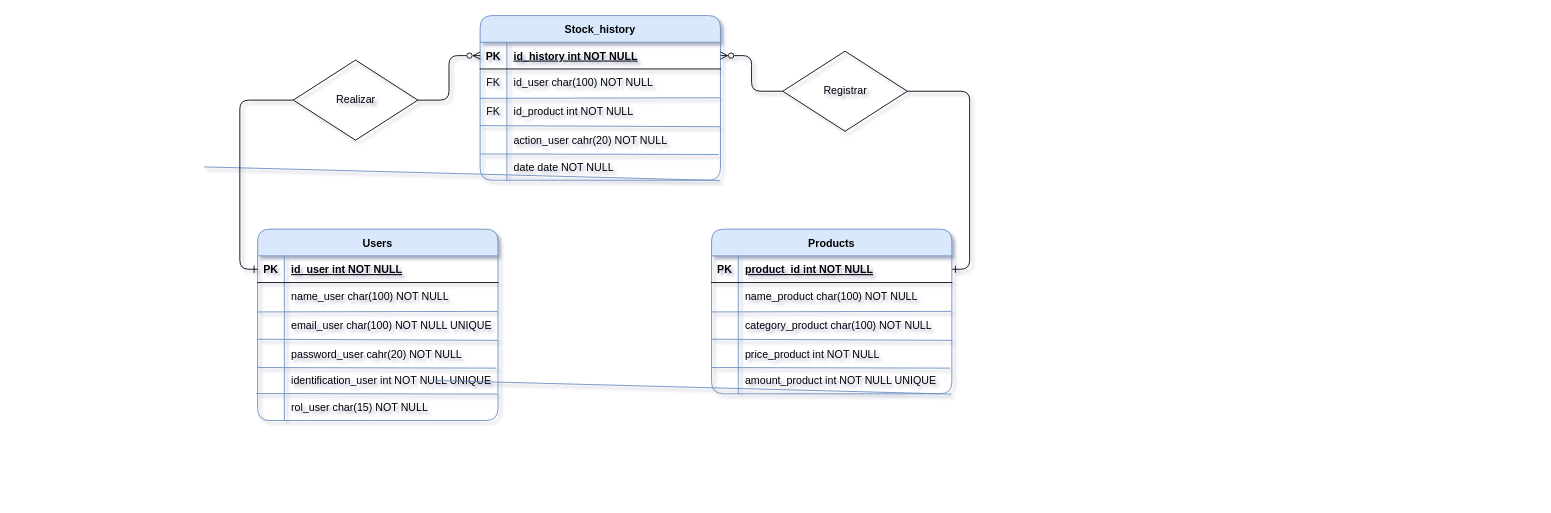
Earlier version of the draw.io diagram StockMaster.drawio (KatherinTatianaGarciaLoaiza/Parcial1Desarrollo). Source tidied: cells renumbered, new cells numbered last; positions are measured from the earlier drawing's top-left corner, leaving out a move shared by most shapes. Both pictures are drawn from the tidied source at 89%, with x=0, y=0 at pixel (204, 15).
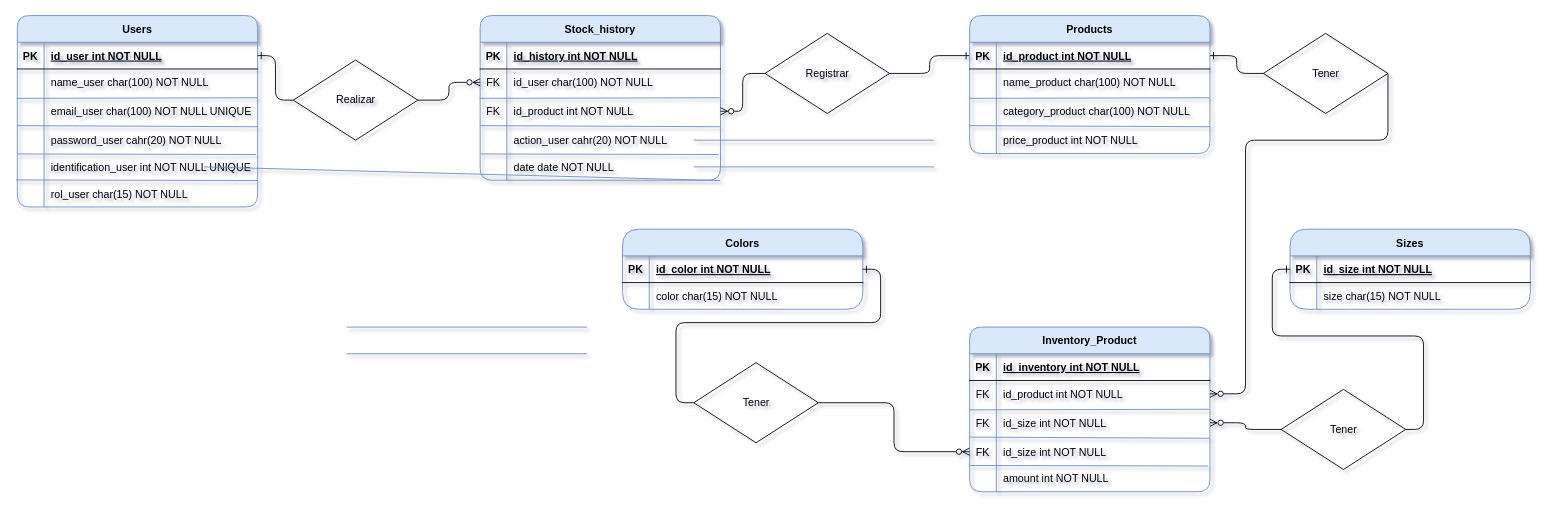
The same page after the edit.

Unchanged cells that the change refers to:
```xml
<mxCell id="26" style="shape=partialRectangle;fillColor=none;points=[[0,0.5],[1,0.5]];portConstraint=eastwest;top=0;left=0;right=0;bottom=1;rounded=1;" parent="25" vertex="1">
  <mxGeometry y="30" width="270" height="30" as="geometry" />
</mxCell>
<mxCell id="29" style="shape=partialRectangle;fillColor=none;points=[[0,0.5],[1,0.5]];portConstraint=eastwest;top=0;left=0;right=0;bottom=0;rounded=1;" parent="25" vertex="1">
  <mxGeometry y="60" width="270" height="30" as="geometry" />
</mxCell>
<mxCell id="32" style="shape=partialRectangle;fillColor=none;points=[[0,0.5],[1,0.5]];portConstraint=eastwest;top=0;left=0;right=0;bottom=0;rounded=1;" parent="25" vertex="1">
  <mxGeometry y="90" width="270" height="35" as="geometry" />
</mxCell>
<mxCell id="46" style="rhombus;whiteSpace=wrap;html=1;align=center;verticalAlign=top;fontFamily=Helvetica;fontSize=12;fontColor=default;fillColor=none;gradientColor=none;" parent="45" vertex="1">
  <mxGeometry width="140" height="90" as="geometry" />
</mxCell>
<mxCell id="51" style="shape=partialRectangle;fillColor=none;points=[[0,0.5],[1,0.5]];portConstraint=eastwest;top=0;left=0;right=0;bottom=1;rounded=1;" parent="50" vertex="1">
  <mxGeometry y="30" width="270" height="30" as="geometry" />
</mxCell>
<mxCell id="72" style="rhombus;whiteSpace=wrap;html=1;align=center;verticalAlign=top;fontFamily=Helvetica;fontSize=12;fontColor=default;fillColor=none;gradientColor=none;" parent="71" vertex="1">
  <mxGeometry width="140" height="90" as="geometry" />
</mxCell>
```

What changed in the source:
```diff
@@
     <mxCell id="2" value="Users" style="shape=table;startSize=30;childLayout=tableLayout;rowLines=0;fontStyle=1;align=center;fillColor=#dae8fc;strokeColor=#6c8ebf;rounded=1;verticalAlign=middle;" parent="1" vertex="1">
-      <mxGeometry x="60" y="240" width="270" height="215" as="geometry" />
+      <mxGeometry x="-210" width="270" height="215" as="geometry" />
     </mxCell>
@@
-    <mxCell id="49" style="edgeStyle=orthogonalEdgeStyle;rounded=1;jettySize=auto;html=1;entryX=1;entryY=0.5;entryDx=0;entryDy=0;fontFamily=Helvetica;fontSize=12;fontColor=default;exitX=1;exitY=0.5;exitDx=0;exitDy=0;startArrow=ERone;startFill=0;endArrow=none;endFill=0;" parent="1" edge="1" source="51" target="72">
+    <mxCell id="49" style="edgeStyle=orthogonalEdgeStyle;rounded=1;jettySize=auto;html=1;entryX=1;entryY=0.5;entryDx=0;entryDy=0;fontFamily=Helvetica;fontSize=12;fontColor=default;exitX=0;exitY=0.5;exitDx=0;exitDy=0;startArrow=ERone;startFill=0;endArrow=none;endFill=0;" parent="1" edge="1" source="51" target="72">
       <mxGeometry relative="1" as="geometry" />
     </mxCell>
     <mxCell id="50" value="Products" style="shape=table;startSize=30;childLayout=tableLayout;rowLines=0;fontStyle=1;align=center;fillColor=#dae8fc;strokeColor=#6c8ebf;rounded=1;verticalAlign=middle;" parent="1" vertex="1">
-      <mxGeometry x="570" y="240" width="270" height="185" as="geometry" />
+      <mxGeometry x="860" width="270" height="155" as="geometry" />
     </mxCell>
@@
-    <mxCell id="53" value="product_id int NOT NULL " style="shape=partialRectangle;overflow=hidden;fillColor=none;top=0;left=0;bottom=0;right=0;align=left;spacingLeft=6;fontStyle=5;rounded=1;" parent="51" vertex="1">
+    <mxCell id="53" value="id_product int NOT NULL " style="shape=partialRectangle;overflow=hidden;fillColor=none;top=0;left=0;bottom=0;right=0;align=left;spacingLeft=6;fontStyle=5;rounded=1;" parent="51" vertex="1">
       <mxGeometry x="30" width="240" height="30" as="geometry" />
     </mxCell>
@@
-    <mxCell id="63" style="shape=partialRectangle;fillColor=none;points=[[0,0.5],[1,0.5]];portConstraint=eastwest;top=0;left=0;right=0;bottom=0;rounded=1;" parent="50" vertex="1">
-      <mxGeometry y="155" width="270" height="30" as="geometry" />
-    </mxCell>
-    <mxCell id="64" style="shape=partialRectangle;overflow=hidden;fillColor=none;top=0;left=0;bottom=0;right=0;rounded=1;" parent="63" vertex="1">
-      <mxGeometry width="30" height="30" as="geometry" />
-    </mxCell>
-    <mxCell id="65" value="amount_product int NOT NULL UNIQUE" style="shape=partialRectangle;overflow=hidden;fillColor=none;top=0;left=0;bottom=0;right=0;align=left;spacingLeft=6;rounded=1;" parent="63" vertex="1">
-      <mxGeometry x="30" width="240" height="30" as="geometry" />
-    </mxCell>
@@
-    <mxCell id="68" style="endArrow=none;html=1;rounded=1;fillColor=#dae8fc;strokeColor=#6c8ebf;exitX=0.001;exitY=0.016;exitDx=0;exitDy=0;exitPerimeter=0;entryX=0.993;entryY=0.037;entryDx=0;entryDy=0;entryPerimeter=0;" parent="50" edge="1" source="63" target="63">
-      <mxGeometry relative="1" as="geometry" />
+    <mxCell id="68" style="endArrow=none;html=1;rounded=1;fillColor=#dae8fc;strokeColor=#6c8ebf;exitX=0.001;exitY=0.016;exitDx=0;exitDy=0;exitPerimeter=0;entryX=0.993;entryY=0.037;entryDx=0;entryDy=0;entryPerimeter=0;" parent="50" edge="1">
+      <mxGeometry relative="1" as="geometry">
+        <mxPoint x="-310" y="140" as="sourcePoint" />
+        <mxPoint x="-40" y="140" as="targetPoint" />
+      </mxGeometry>
     </mxCell>
-    <mxCell id="69" style="endArrow=none;html=1;rounded=1;fillColor=#dae8fc;strokeColor=#6c8ebf;exitX=-0.006;exitY=-0.011;exitDx=0;exitDy=0;exitPerimeter=0;entryX=0.998;entryY=1.011;entryDx=0;entryDy=0;entryPerimeter=0;" parent="50" edge="1" target="63">
+    <mxCell id="69" style="endArrow=none;html=1;rounded=1;fillColor=#dae8fc;strokeColor=#6c8ebf;exitX=-0.006;exitY=-0.011;exitDx=0;exitDy=0;exitPerimeter=0;entryX=0.998;entryY=1.011;entryDx=0;entryDy=0;entryPerimeter=0;" parent="50" edge="1">
       <mxGeometry relative="1" as="geometry">
         <mxPoint x="-310" y="170" as="sourcePoint" />
+        <mxPoint x="-40" y="170" as="targetPoint" />
       </mxGeometry>
     </mxCell>
-    <mxCell id="70" style="edgeStyle=orthogonalEdgeStyle;rounded=1;jettySize=auto;html=1;exitX=1;exitY=0.5;exitDx=0;exitDy=0;entryX=0;entryY=0.5;entryDx=0;entryDy=0;fontFamily=Helvetica;fontSize=12;fontColor=default;endArrow=ERzeroToMany;endFill=0;" parent="1" edge="1" source="46" target="26">
+    <mxCell id="70" style="edgeStyle=orthogonalEdgeStyle;rounded=1;jettySize=auto;html=1;exitX=1;exitY=0.5;exitDx=0;exitDy=0;entryX=0;entryY=0.5;entryDx=0;entryDy=0;fontFamily=Helvetica;fontSize=12;fontColor=default;endArrow=ERzeroToMany;endFill=0;" parent="1" edge="1" source="46" target="29">
       <mxGeometry relative="1" as="geometry" />
     </mxCell>
     <mxCell id="71" style="group;" parent="1" vertex="1">
-      <mxGeometry x="650" y="40" width="140" height="90" as="geometry" />
+      <mxGeometry x="630" y="20" width="140" height="90" as="geometry" />
     </mxCell>
@@
-    <mxCell id="74" style="edgeStyle=orthogonalEdgeStyle;rounded=1;jettySize=auto;html=1;exitX=0;exitY=0.5;exitDx=0;exitDy=0;entryX=1;entryY=0.5;entryDx=0;entryDy=0;fontFamily=Helvetica;fontSize=12;fontColor=default;endArrow=ERzeroToMany;endFill=0;" parent="1" edge="1" source="72" target="26">
+    <mxCell id="74" style="edgeStyle=orthogonalEdgeStyle;rounded=1;jettySize=auto;html=1;exitX=0;exitY=0.5;exitDx=0;exitDy=0;entryX=1;entryY=0.5;entryDx=0;entryDy=0;fontFamily=Helvetica;fontSize=12;fontColor=default;endArrow=ERzeroToMany;endFill=0;" parent="1" edge="1" source="72" target="32">
       <mxGeometry relative="1" as="geometry" />
     </mxCell>
+    <mxCell id="75" value="Colors" style="shape=table;startSize=30;childLayout=tableLayout;rowLines=0;fontStyle=1;align=center;fillColor=#dae8fc;strokeColor=#6c8ebf;rounded=1;verticalAlign=middle;arcSize=21;" parent="1" vertex="1">
+      <mxGeometry x="470" y="240" width="270" height="90" as="geometry" />
+    </mxCell>
+    <mxCell id="76" style="shape=partialRectangle;fillColor=none;points=[[0,0.5],[1,0.5]];portConstraint=eastwest;top=0;left=0;right=0;bottom=1;rounded=1;" parent="75" vertex="1">
+      <mxGeometry y="30" width="270" height="30" as="geometry" />
+    </mxCell>
+    <mxCell id="77" value="PK" style="shape=partialRectangle;overflow=hidden;fillColor=none;top=0;left=0;bottom=0;right=0;fontStyle=1;rounded=1;" parent="76" vertex="1">
+      <mxGeometry width="30" height="30" as="geometry" />
+    </mxCell>
+    <mxCell id="78" value="id_color int NOT NULL " style="shape=partialRectangle;overflow=hidden;fillColor=none;top=0;left=0;bottom=0;right=0;align=left;spacingLeft=6;fontStyle=5;rounded=1;" parent="76" vertex="1">
+      <mxGeometry x="30" width="240" height="30" as="geometry" />
+    </mxCell>
+    <mxCell id="79" style="shape=partialRectangle;fillColor=none;top=0;left=0;right=0;bottom=0;rounded=1;" parent="75" vertex="1">
+      <mxGeometry y="60" width="270" height="30" as="geometry" />
+    </mxCell>
+    <mxCell id="80" style="shape=partialRectangle;overflow=hidden;fillColor=none;top=0;left=0;bottom=0;right=0;rounded=1;" parent="79" vertex="1">
+      <mxGeometry width="30" height="30" as="geometry" />
+    </mxCell>
+    <mxCell id="81" value="color char(15) NOT NULL" style="shape=partialRectangle;overflow=hidden;fillColor=none;top=0;left=0;bottom=0;right=0;align=left;spacingLeft=6;rounded=1;" parent="79" vertex="1">
+      <mxGeometry x="30" width="240" height="30" as="geometry" />
+    </mxCell>
+    <mxCell id="82" style="endArrow=none;html=1;rounded=1;fillColor=#dae8fc;strokeColor=#6c8ebf;exitX=-0.002;exitY=-0.045;exitDx=0;exitDy=0;exitPerimeter=0;entryX=1;entryY=-0.003;entryDx=0;entryDy=0;entryPerimeter=0;" parent="75" edge="1">
+      <mxGeometry relative="1" as="geometry">
+        <mxPoint x="-310" y="110" as="sourcePoint" />
+        <mxPoint x="-40" y="110" as="targetPoint" />
+      </mxGeometry>
+    </mxCell>
+    <mxCell id="83" style="endArrow=none;html=1;rounded=1;fillColor=#dae8fc;strokeColor=#6c8ebf;exitX=0.001;exitY=0.016;exitDx=0;exitDy=0;exitPerimeter=0;entryX=0.993;entryY=0.037;entryDx=0;entryDy=0;entryPerimeter=0;" parent="75" edge="1">
+      <mxGeometry relative="1" as="geometry">
+        <mxPoint x="-310" y="140" as="sourcePoint" />
+        <mxPoint x="-40" y="140" as="targetPoint" />
+      </mxGeometry>
+    </mxCell>
+    <mxCell id="84" value="Inventory_Product" style="shape=table;startSize=30;childLayout=tableLayout;rowLines=0;fontStyle=1;align=center;fillColor=#dae8fc;strokeColor=#6c8ebf;rounded=1;verticalAlign=middle;" parent="1" vertex="1">
+      <mxGeometry x="860" y="350" width="270" height="185" as="geometry" />
+    </mxCell>
+    <mxCell id="85" style="shape=partialRectangle;fillColor=none;top=0;left=0;right=0;bottom=1;rounded=1;" parent="84" vertex="1">
+      <mxGeometry y="30" width="270" height="30" as="geometry" />
+    </mxCell>
+    <mxCell id="86" value="PK" style="shape=partialRectangle;overflow=hidden;fillColor=none;top=0;left=0;bottom=0;right=0;fontStyle=1;rounded=1;" parent="85" vertex="1">
+      <mxGeometry width="30" height="30" as="geometry" />
+    </mxCell>
+    <mxCell id="87" value="id_inventory int NOT NULL " style="shape=partialRectangle;overflow=hidden;fillColor=none;top=0;left=0;bottom=0;right=0;align=left;spacingLeft=6;fontStyle=5;rounded=1;" parent="85" vertex="1">
+      <mxGeometry x="30" width="240" height="30" as="geometry" />
+    </mxCell>
+    <mxCell id="88" style="shape=partialRectangle;fillColor=none;points=[[0,0.5],[1,0.5]];portConstraint=eastwest;top=0;left=0;right=0;bottom=0;rounded=1;" parent="84" vertex="1">
+      <mxGeometry y="60" width="270" height="30" as="geometry" />
+    </mxCell>
+    <mxCell id="89" value="FK" style="shape=partialRectangle;overflow=hidden;fillColor=none;top=0;left=0;bottom=0;right=0;rounded=1;" parent="88" vertex="1">
+      <mxGeometry width="30" height="30" as="geometry" />
+    </mxCell>
+    <mxCell id="90" value="id_product int NOT NULL" style="shape=partialRectangle;overflow=hidden;fillColor=none;top=0;left=0;bottom=0;right=0;align=left;spacingLeft=6;rounded=1;" parent="88" vertex="1">
+      <mxGeometry x="30" width="240" height="30" as="geometry" />
+    </mxCell>
+    <mxCell id="91" style="shape=partialRectangle;fillColor=none;points=[[0,0.5],[1,0.5]];portConstraint=eastwest;top=0;left=0;right=0;bottom=0;rounded=1;" parent="84" vertex="1">
+      <mxGeometry y="90" width="270" height="35" as="geometry" />
+    </mxCell>
+    <mxCell id="92" value="FK" style="shape=partialRectangle;overflow=hidden;fillColor=none;top=0;left=0;bottom=0;right=0;rounded=1;" parent="91" vertex="1">
+      <mxGeometry width="30" height="35" as="geometry" />
+    </mxCell>
+    <mxCell id="93" value="id_size int NOT NULL " style="shape=partialRectangle;overflow=hidden;fillColor=none;top=0;left=0;bottom=0;right=0;align=left;spacingLeft=6;rounded=1;" parent="91" vertex="1">
+      <mxGeometry x="30" width="240" height="35" as="geometry" />
+    </mxCell>
+    <mxCell id="94" style="shape=partialRectangle;fillColor=none;points=[[0,0.5],[1,0.5]];portConstraint=eastwest;top=0;left=0;right=0;bottom=0;rounded=1;" parent="84" vertex="1">
+      <mxGeometry y="125" width="270" height="30" as="geometry" />
+    </mxCell>
+    <mxCell id="95" value="FK" style="shape=partialRectangle;overflow=hidden;fillColor=none;top=0;left=0;bottom=0;right=0;rounded=1;" parent="94" vertex="1">
+      <mxGeometry width="30" height="30" as="geometry" />
+    </mxCell>
+    <mxCell id="96" value="id_size int NOT NULL" style="shape=partialRectangle;overflow=hidden;fillColor=none;top=0;left=0;bottom=0;right=0;align=left;spacingLeft=6;rounded=1;" parent="94" vertex="1">
+      <mxGeometry x="30" width="240" height="30" as="geometry" />
+    </mxCell>
+    <mxCell id="63" style="shape=partialRectangle;fillColor=none;points=[[0,0.5],[1,0.5]];portConstraint=eastwest;top=0;left=0;right=0;bottom=0;rounded=1;" parent="84" vertex="1">
+      <mxGeometry y="155" width="270" height="30" as="geometry" />
+    </mxCell>
+    <mxCell id="97" style="shape=partialRectangle;overflow=hidden;fillColor=none;top=0;left=0;bottom=0;right=0;rounded=1;" parent="63" vertex="1">
+      <mxGeometry width="30" height="30" as="geometry" />
+    </mxCell>
+    <mxCell id="98" value="amount int NOT NULL " style="shape=partialRectangle;overflow=hidden;fillColor=none;top=0;left=0;bottom=0;right=0;align=left;spacingLeft=6;rounded=1;" parent="63" vertex="1">
+      <mxGeometry x="30" width="240" height="30" as="geometry" />
+    </mxCell>
+    <mxCell id="99" style="endArrow=none;html=1;rounded=1;entryX=0.997;entryY=1.078;entryDx=0;entryDy=0;entryPerimeter=0;exitX=-0.003;exitY=1.1;exitDx=0;exitDy=0;exitPerimeter=0;fillColor=#dae8fc;strokeColor=#6c8ebf;" parent="84" edge="1" source="88" target="88">
+      <mxGeometry relative="1" as="geometry" />
+    </mxCell>
+    <mxCell id="100" style="endArrow=none;html=1;rounded=1;fillColor=#dae8fc;strokeColor=#6c8ebf;exitX=-0.002;exitY=-0.045;exitDx=0;exitDy=0;exitPerimeter=0;entryX=1;entryY=-0.003;entryDx=0;entryDy=0;entryPerimeter=0;" parent="84" edge="1" source="94" target="94">
+      <mxGeometry relative="1" as="geometry" />
+    </mxCell>
+    <mxCell id="101" style="endArrow=none;html=1;rounded=1;fillColor=#dae8fc;strokeColor=#6c8ebf;exitX=0.001;exitY=0.016;exitDx=0;exitDy=0;exitPerimeter=0;entryX=0.993;entryY=0.037;entryDx=0;entryDy=0;entryPerimeter=0;" parent="84" edge="1" source="63" target="63">
+      <mxGeometry relative="1" as="geometry" />
+    </mxCell>
+    <mxCell id="102" value="Sizes" style="shape=table;startSize=30;childLayout=tableLayout;rowLines=0;fontStyle=1;align=center;fillColor=#dae8fc;strokeColor=#6c8ebf;rounded=1;verticalAlign=middle;arcSize=21;" parent="1" vertex="1">
+      <mxGeometry x="1220" y="240" width="270" height="90" as="geometry" />
+    </mxCell>
+    <mxCell id="103" style="shape=partialRectangle;fillColor=none;points=[[0,0.5],[1,0.5]];portConstraint=eastwest;top=0;left=0;right=0;bottom=1;rounded=1;" parent="102" vertex="1">
+      <mxGeometry y="30" width="270" height="30" as="geometry" />
+    </mxCell>
+    <mxCell id="104" value="PK" style="shape=partialRectangle;overflow=hidden;fillColor=none;top=0;left=0;bottom=0;right=0;fontStyle=1;rounded=1;" parent="103" vertex="1">
+      <mxGeometry width="30" height="30" as="geometry" />
+    </mxCell>
+    <mxCell id="105" value="id_size int NOT NULL " style="shape=partialRectangle;overflow=hidden;fillColor=none;top=0;left=0;bottom=0;right=0;align=left;spacingLeft=6;fontStyle=5;rounded=1;" parent="103" vertex="1">
+      <mxGeometry x="30" width="240" height="30" as="geometry" />
+    </mxCell>
+    <mxCell id="106" style="shape=partialRectangle;fillColor=none;top=0;left=0;right=0;bottom=0;rounded=1;" parent="102" vertex="1">
+      <mxGeometry y="60" width="270" height="30" as="geometry" />
+    </mxCell>
+    <mxCell id="107" style="shape=partialRectangle;overflow=hidden;fillColor=none;top=0;left=0;bottom=0;right=0;rounded=1;" parent="106" vertex="1">
+      <mxGeometry width="30" height="30" as="geometry" />
+    </mxCell>
+    <mxCell id="108" value="size char(15) NOT NULL" style="shape=partialRectangle;overflow=hidden;fillColor=none;top=0;left=0;bottom=0;right=0;align=left;spacingLeft=6;rounded=1;" parent="106" vertex="1">
+      <mxGeometry x="30" width="240" height="30" as="geometry" />
+    </mxCell>
+    <mxCell id="109" style="edgeStyle=orthogonalEdgeStyle;rounded=1;jettySize=auto;html=1;fontFamily=Helvetica;fontSize=12;fontColor=default;entryX=1;entryY=0.5;entryDx=0;entryDy=0;startArrow=ERzeroToMany;startFill=0;endArrow=none;endFill=0;" parent="1" edge="1" target="111">
+      <mxGeometry relative="1" as="geometry">
+        <mxPoint x="1130" y="425" as="sourcePoint" />
+        <Array as="points">
+          <mxPoint x="1170" y="425" />
+          <mxPoint x="1170" y="140" />
+          <mxPoint x="1330" y="140" />
+        </Array>
+      </mxGeometry>
+    </mxCell>
+    <mxCell id="110" style="group;" parent="1" vertex="1">
+      <mxGeometry x="1190" y="20" width="140" height="90" as="geometry" />
+    </mxCell>
+    <mxCell id="111" style="rhombus;whiteSpace=wrap;html=1;align=center;verticalAlign=top;fontFamily=Helvetica;fontSize=12;fontColor=default;fillColor=none;gradientColor=none;" parent="110" vertex="1">
+      <mxGeometry width="140" height="90" as="geometry" />
+    </mxCell>
+    <mxCell id="112" value="Tener" style="text;html=1;align=center;verticalAlign=middle;strokeColor=none;fillColor=none;fontFamily=Helvetica;fontSize=12;fontColor=default;" parent="110" vertex="1">
+      <mxGeometry x="45" y="30" width="50" height="30" as="geometry" />
+    </mxCell>
+    <mxCell id="113" style="edgeStyle=orthogonalEdgeStyle;rounded=1;jettySize=auto;html=1;exitX=0;exitY=0.5;exitDx=0;exitDy=0;entryX=1;entryY=0.5;entryDx=0;entryDy=0;fontFamily=Helvetica;fontSize=12;fontColor=default;startArrow=none;startFill=0;endArrow=ERone;endFill=0;" parent="1" edge="1" source="111" target="51">
+      <mxGeometry relative="1" as="geometry" />
+    </mxCell>
+    <mxCell id="114" style="group;" parent="1" vertex="1">
+      <mxGeometry x="550" y="390" width="140" height="90" as="geometry" />
+    </mxCell>
+    <mxCell id="115" style="rhombus;whiteSpace=wrap;html=1;align=center;verticalAlign=top;fontFamily=Helvetica;fontSize=12;fontColor=default;fillColor=none;gradientColor=none;" parent="114" vertex="1">
+      <mxGeometry width="140" height="90" as="geometry" />
+    </mxCell>
+    <mxCell id="116" value="Tener" style="text;html=1;align=center;verticalAlign=middle;strokeColor=none;fillColor=none;fontFamily=Helvetica;fontSize=12;fontColor=default;" parent="114" vertex="1">
+      <mxGeometry x="45" y="30" width="50" height="30" as="geometry" />
+    </mxCell>
+    <mxCell id="117" style="group;" parent="1" vertex="1">
+      <mxGeometry x="1210" y="420" width="140" height="90" as="geometry" />
+    </mxCell>
+    <mxCell id="118" style="rhombus;whiteSpace=wrap;html=1;align=center;verticalAlign=top;fontFamily=Helvetica;fontSize=12;fontColor=default;fillColor=none;gradientColor=none;" parent="117" vertex="1">
+      <mxGeometry width="140" height="90" as="geometry" />
+    </mxCell>
+    <mxCell id="119" value="Tener" style="text;html=1;align=center;verticalAlign=middle;strokeColor=none;fillColor=none;fontFamily=Helvetica;fontSize=12;fontColor=default;" parent="117" vertex="1">
+      <mxGeometry x="45" y="30" width="50" height="30" as="geometry" />
+    </mxCell>
+    <mxCell id="120" style="edgeStyle=orthogonalEdgeStyle;rounded=1;jettySize=auto;html=1;exitX=1;exitY=0.5;exitDx=0;exitDy=0;fontFamily=Helvetica;fontSize=12;fontColor=default;entryX=0;entryY=0.5;entryDx=0;entryDy=0;startArrow=ERzeroToMany;startFill=0;endArrow=none;endFill=0;" parent="1" edge="1" source="91" target="118">
+      <mxGeometry relative="1" as="geometry" />
+    </mxCell>
+    <mxCell id="121" style="edgeStyle=orthogonalEdgeStyle;rounded=1;jettySize=auto;html=1;exitX=0;exitY=0.5;exitDx=0;exitDy=0;fontFamily=Helvetica;fontSize=12;fontColor=default;entryX=1;entryY=0.5;entryDx=0;entryDy=0;startArrow=ERone;startFill=0;endArrow=none;endFill=0;" parent="1" edge="1" source="103" target="118">
+      <mxGeometry relative="1" as="geometry" />
+    </mxCell>
+    <mxCell id="122" style="edgeStyle=orthogonalEdgeStyle;rounded=1;jettySize=auto;html=1;exitX=1;exitY=0.5;exitDx=0;exitDy=0;entryX=0;entryY=0.5;entryDx=0;entryDy=0;fontFamily=Helvetica;fontSize=12;fontColor=default;endArrow=ERzeroToMany;endFill=0;startArrow=none;startFill=0;" parent="1" edge="1" source="115" target="94">
+      <mxGeometry relative="1" as="geometry" />
+    </mxCell>
+    <mxCell id="123" style="edgeStyle=orthogonalEdgeStyle;rounded=1;jettySize=auto;html=1;exitX=0;exitY=0.5;exitDx=0;exitDy=0;entryX=1;entryY=0.5;entryDx=0;entryDy=0;fontFamily=Helvetica;fontSize=12;fontColor=default;endArrow=ERone;endFill=0;" parent="1" edge="1" source="115" target="76">
+      <mxGeometry relative="1" as="geometry" />
+    </mxCell>
```
